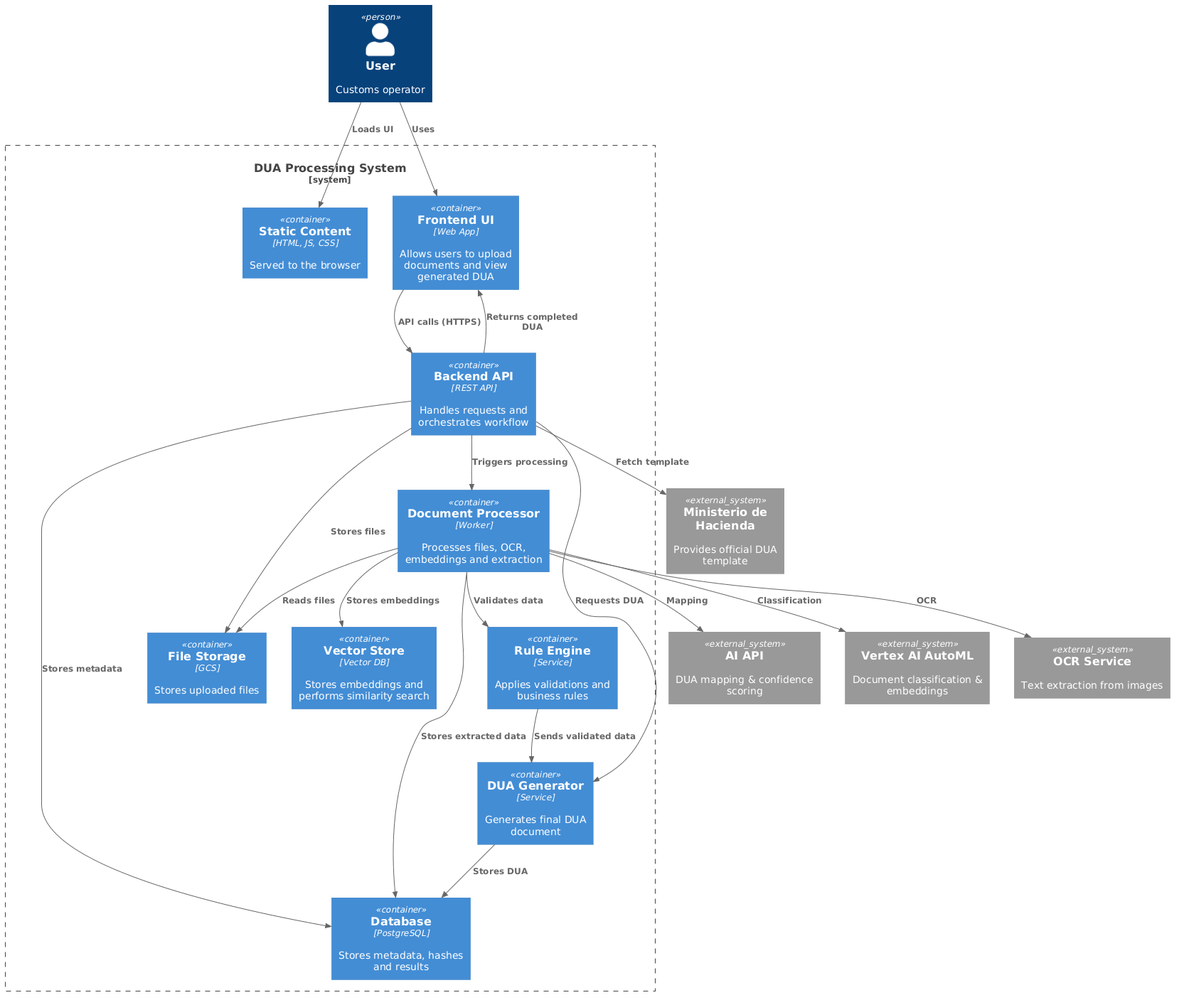
The PlantUML diagram container_diagram.png in chris124v/DUA_StreamLiner, before a commit. The source it was exported from:
```plantuml
@startuml
!includeurl https://raw.githubusercontent.com/plantuml-stdlib/C4-PlantUML/master/C4_Container.puml

Person(user, "User", "Customs operator")

System_Ext(min_hacienda, "Ministerio de Hacienda", "Provides official DUA template")
System_Ext(vertex_ai, "Vertex AI AutoML", "Document classification & embeddings")
System_Ext(ocr_service, "OCR Service", "Text extraction from images")
System_Ext(ai_api, "AI API", "DUA mapping & confidence scoring")

System_Boundary(system, "DUA Processing System") {

    Container(static_content, "Static Content", "HTML, JS, CSS", "Served to the browser")

    Container(ui, "Frontend UI", "Web App", "Allows users to upload documents and view generated DUA")

    Container(api, "Backend API", "REST API", "Handles requests and orchestrates workflow")

    Container(processor, "Document Processor", "Worker", "Processes files, OCR, embeddings and extraction")

    Container(vector_db, "Vector Store", "Vector DB", "Stores embeddings and performs similarity search")

    Container(database, "Database", "PostgreSQL", "Stores metadata, hashes and results")

    Container(storage, "File Storage", "GCS", "Stores uploaded files")

    Container(rule_engine, "Rule Engine", "Service", "Applies validations and business rules")

    Container(generator, "DUA Generator", "Service", "Generates final DUA document")
}

Rel(user, static_content, "Loads UI")
Rel(user, ui, "Uses")

Rel(ui, api, "API calls (HTTPS)")

Rel(api, storage, "Stores files")
Rel(api, database, "Stores metadata")

Rel(api, processor, "Triggers processing")

Rel(processor, storage, "Reads files")
Rel(processor, vector_db, "Stores embeddings")
Rel(processor, database, "Stores extracted data")

Rel(processor, vertex_ai, "Classification")
Rel(processor, ocr_service, "OCR")
Rel(processor, ai_api, "Mapping")

Rel(api, min_hacienda, "Fetch template")

Rel(processor, rule_engine, "Validates data")
Rel(rule_engine, generator, "Sends validated data")

Rel(generator, database, "Stores DUA")
Rel(api, generator, "Requests DUA")
Rel(api, ui, "Returns completed DUA")
@enduml
```
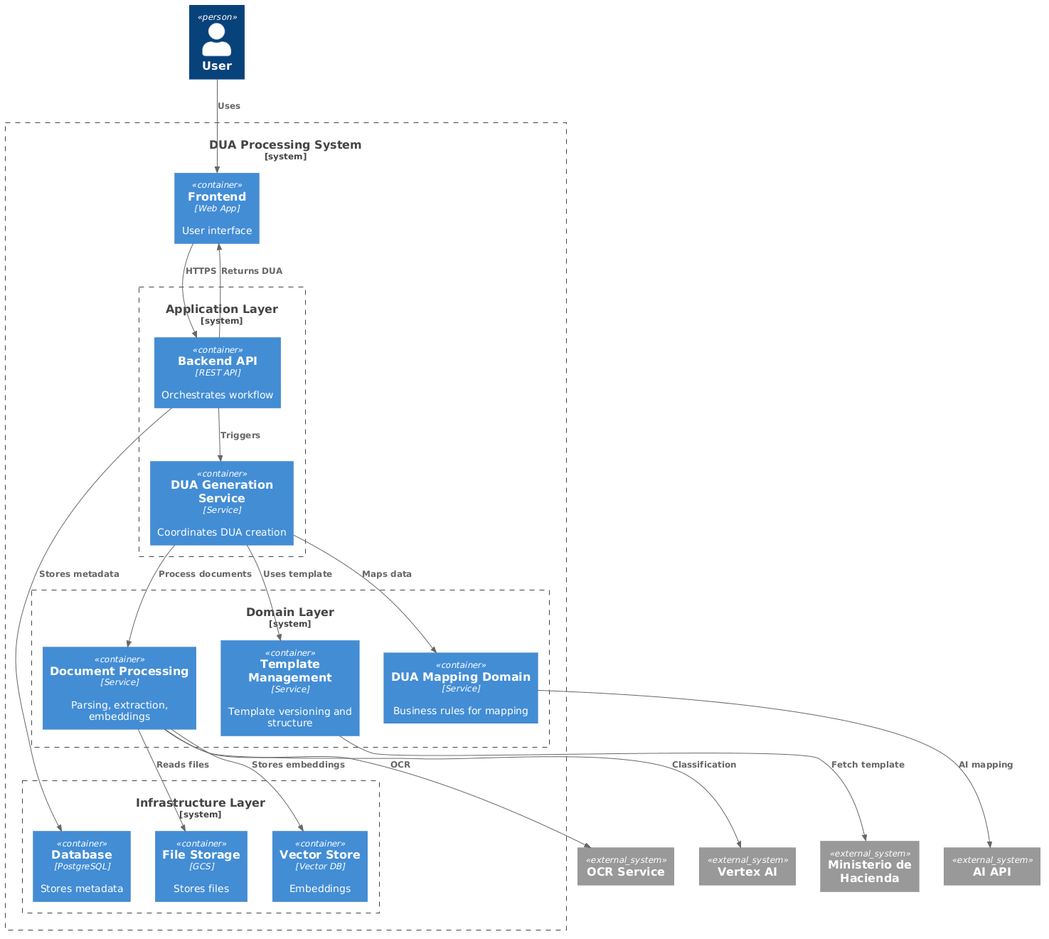
The same file after the commit.

Commit message:
container diagram

Diff of the diagram source:
```diff
@@ -1,58 +1,68 @@
 @startuml
 !includeurl https://raw.githubusercontent.com/plantuml-stdlib/C4-PlantUML/master/C4_Container.puml
 
-Person(user, "User", "Customs operator")
+Person(user, "User")
 
-System_Ext(min_hacienda, "Ministerio de Hacienda", "Provides official DUA template")
-System_Ext(vertex_ai, "Vertex AI AutoML", "Document classification & embeddings")
-System_Ext(ocr_service, "OCR Service", "Text extraction from images")
-System_Ext(ai_api, "AI API", "DUA mapping & confidence scoring")
+System_Ext(min_hacienda, "Ministerio de Hacienda")
+System_Ext(vertex_ai, "Vertex AI")
+System_Ext(ocr_service, "OCR Service")
+System_Ext(ai_api, "AI API")
 
 System_Boundary(system, "DUA Processing System") {
 
-    Container(static_content, "Static Content", "HTML, JS, CSS", "Served to the browser")
+    Container(ui, "Frontend", "Web App", "User interface")
 
-    Container(ui, "Frontend UI", "Web App", "Allows users to upload documents and view generated DUA")
+    System_Boundary(app_layer, "Application Layer") {
 
-    Container(api, "Backend API", "REST API", "Handles requests and orchestrates workflow")
+        Container(api, "Backend API", "REST API", "Orchestrates workflow")
 
-    Container(processor, "Document Processor", "Worker", "Processes files, OCR, embeddings and extraction")
+        Container(dua_generation, "DUA Generation Service", "Service", "Coordinates DUA creation")
 
-    Container(vector_db, "Vector Store", "Vector DB", "Stores embeddings and performs similarity search")
+    }
 
-    Container(database, "Database", "PostgreSQL", "Stores metadata, hashes and results")
+    System_Boundary(domain_layer, "Domain Layer") {
 
-    Container(storage, "File Storage", "GCS", "Stores uploaded files")
+        Container(doc_processing, "Document Processing", "Service", "Parsing, extraction, embeddings")
 
-    Container(rule_engine, "Rule Engine", "Service", "Applies validations and business rules")
+        Container(template_mgmt, "Template Management", "Service", "Template versioning and structure")
 
-    Container(generator, "DUA Generator", "Service", "Generates final DUA document")
+        Container(mapping_domain, "DUA Mapping Domain", "Service", "Business rules for mapping")
+
+    }
+
+    System_Boundary(infra_layer, "Infrastructure Layer") {
+
+        Container(storage, "File Storage", "GCS", "Stores files")
+
+        Container(db, "Database", "PostgreSQL", "Stores metadata")
+
+        Container(vector_db, "Vector Store", "Vector DB", "Embeddings")
+
+    }
+
 }
 
-Rel(user, static_content, "Loads UI")
 Rel(user, ui, "Uses")
 
-Rel(ui, api, "API calls (HTTPS)")
+Rel(ui, api, "HTTPS")
 
-Rel(api, storage, "Stores files")
-Rel(api, database, "Stores metadata")
+Rel(api, dua_generation, "Triggers")
 
-Rel(api, processor, "Triggers processing")
+Rel(dua_generation, doc_processing, "Process documents")
+Rel(dua_generation, template_mgmt, "Uses template")
+Rel(dua_generation, mapping_domain, "Maps data")
 
-Rel(processor, storage, "Reads files")
-Rel(processor, vector_db, "Stores embeddings")
-Rel(processor, database, "Stores extracted data")
+Rel(doc_processing, vector_db, "Stores embeddings")
+Rel(doc_processing, storage, "Reads files")
 
-Rel(processor, vertex_ai, "Classification")
-Rel(processor, ocr_service, "OCR")
-Rel(processor, ai_api, "Mapping")
+Rel(template_mgmt, min_hacienda, "Fetch template")
 
-Rel(api, min_hacienda, "Fetch template")
+Rel(mapping_domain, ai_api, "AI mapping")
 
-Rel(processor, rule_engine, "Validates data")
-Rel(rule_engine, generator, "Sends validated data")
+Rel(doc_processing, vertex_ai, "Classification")
+Rel(doc_processing, ocr_service, "OCR")
 
-Rel(generator, database, "Stores DUA")
-Rel(api, generator, "Requests DUA")
-Rel(api, ui, "Returns completed DUA")
+Rel(api, db, "Stores metadata")
+
+Rel(api, ui, "Returns DUA")
 @enduml
```
